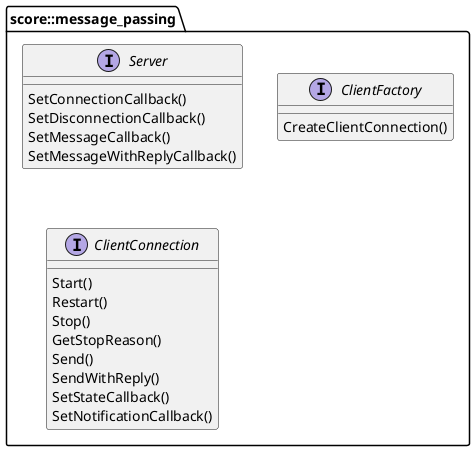
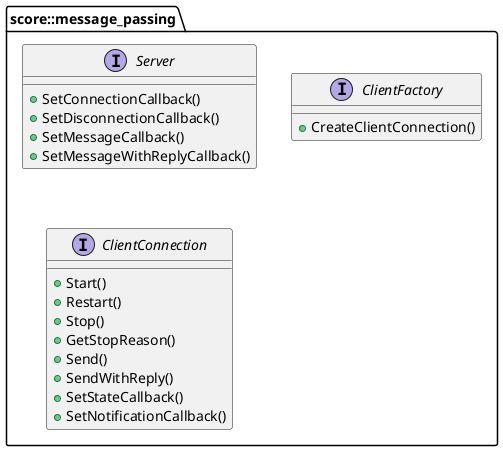
' *******************************************************************************
' Copyright (c) 2026 Contributors to the Eclipse Foundation
'
' See the NOTICE file(s) distributed with this work for additional
' information regarding copyright ownership.
'
' This program and the accompanying materials are made available under the
' terms of the Apache License Version 2.0 which is available at
' https://www.apache.org/licenses/LICENSE-2.0
'
' SPDX-License-Identifier: Apache-2.0
' *******************************************************************************

@startuml

- package "score::message_passing" as message_passing_public_api {
-     interface "Server" as api_server {
-         SetConnectionCallback()
-         SetDisconnectionCallback()
-         SetMessageCallback()
-         SetMessageWithReplyCallback()
+ namespace score::message_passing {
+ 
+     interface Server {
+         +SetConnectionCallback()
+         +SetDisconnectionCallback()
+         +SetMessageCallback()
+         +SetMessageWithReplyCallback()
    }
-     interface "ClientFactory" as api_client_factory {
-         CreateClientConnection()
+ 
+     interface ClientFactory {
+         +CreateClientConnection()
    }
-     interface "ClientConnection" as api_client_connection {
-         Start()
-         Restart()
-         Stop()
-         GetStopReason()
-         Send()
-         SendWithReply()
-         SetStateCallback()
-         SetNotificationCallback()
+ 
+     interface ClientConnection {
+         +Start()
+         +Restart()
+         +Stop()
+         +GetStopReason()
+         +Send()
+         +SendWithReply()
+         +SetStateCallback()
+         +SetNotificationCallback()
    }
+ 
}

@enduml
